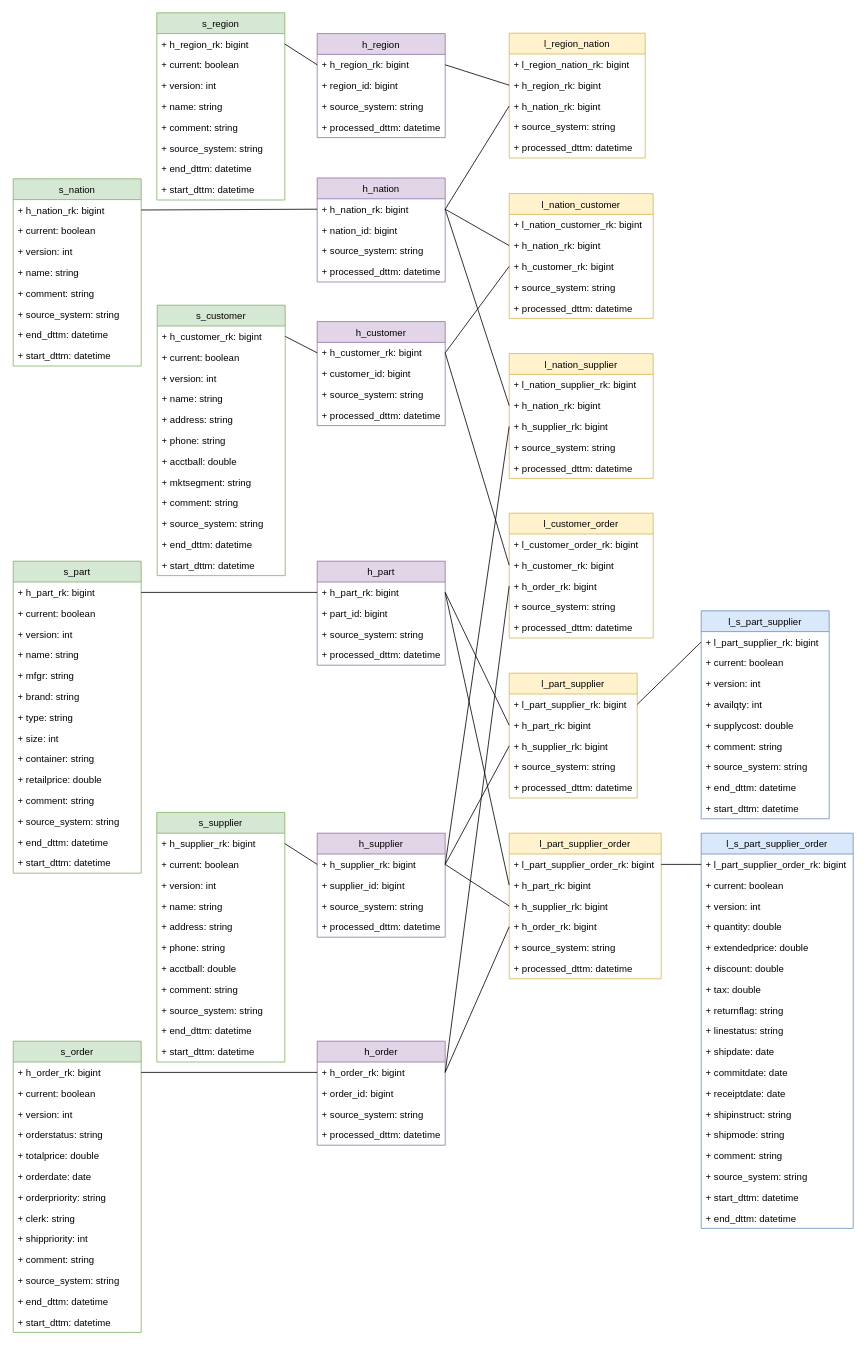
Before: DZ1/DV.drawio in DMfananddu/DWH, a draw.io diagram. Source tidied: cells renumbered, new cells numbered last; positions are measured from the earlier drawing's top-left corner, leaving out a move shared by most shapes. Both pictures are drawn from the tidied source at 80%, with x=0, y=0 at pixel (13, 12).
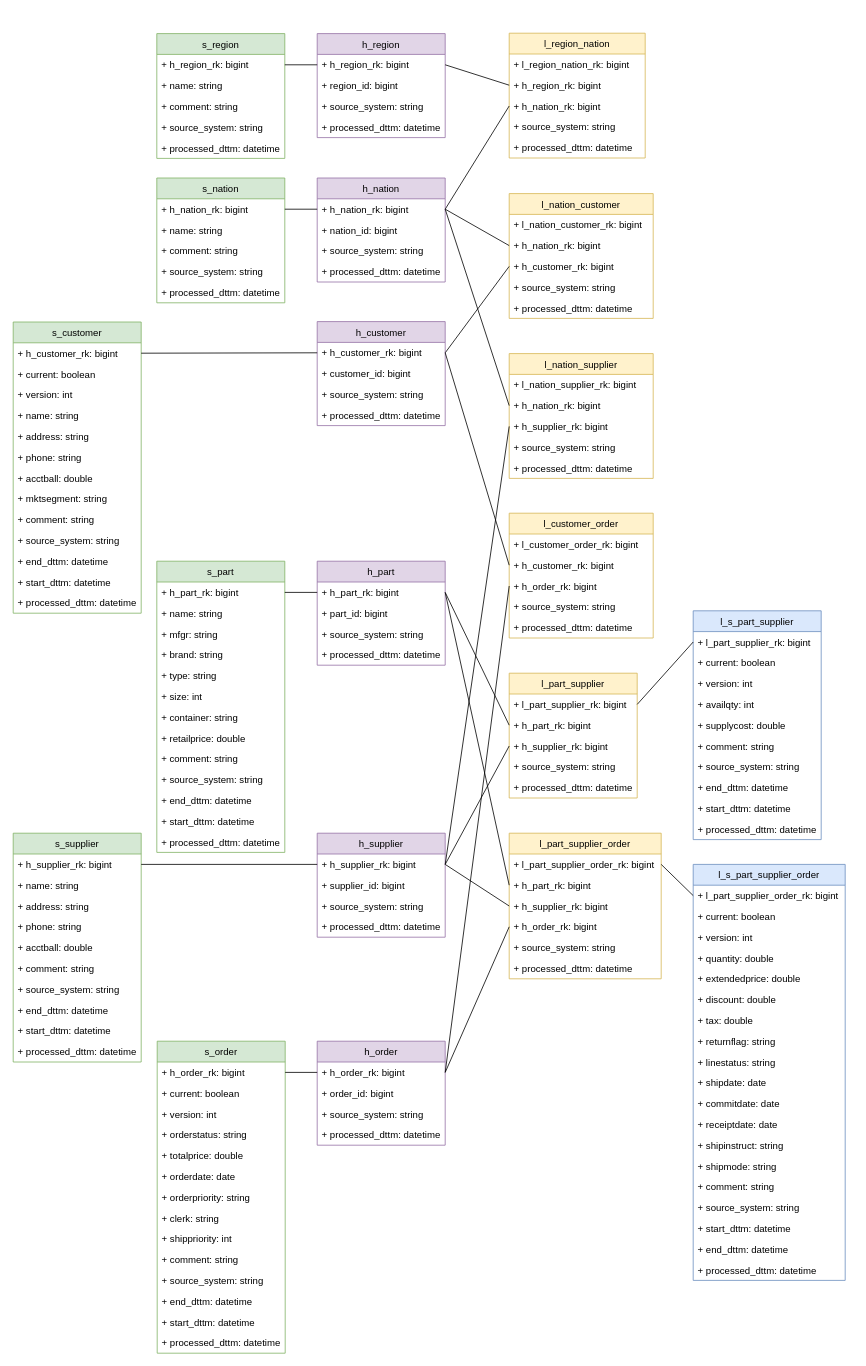
The same page after the edit.

Diff of the diagram source:
```diff
@@
     <mxCell id="7" value="s_region" style="swimlane;fontStyle=0;horizontal=1;startSize=26;fillColor=#d5e8d4;strokeColor=#82b366;" parent="1" vertex="1">
-      <mxGeometry x="179.5" y="0.5" width="160" height="234" as="geometry" />
+      <mxGeometry x="179.5" y="26.5" width="160" height="156" as="geometry" />
     </mxCell>
@@
-    <mxCell id="9" value="+ current: boolean" style="text;strokeColor=none;fillColor=none;align=left;verticalAlign=top;spacingLeft=4;spacingRight=4;overflow=hidden;" parent="7" vertex="1">
-      <mxGeometry y="52" width="160" height="26" as="geometry" />
-    </mxCell>
-    <mxCell id="10" value="+ version: int" style="text;strokeColor=none;fillColor=none;align=left;verticalAlign=top;spacingLeft=4;spacingRight=4;overflow=hidden;" parent="7" vertex="1">
-      <mxGeometry y="78" width="160" height="26" as="geometry" />
-    </mxCell>
     <mxCell id="11" value="+ name: string" style="text;strokeColor=none;fillColor=none;align=left;verticalAlign=top;spacingLeft=4;spacingRight=4;overflow=hidden;" parent="7" vertex="1">
-      <mxGeometry y="104" width="160" height="26" as="geometry" />
+      <mxGeometry y="52" width="160" height="26" as="geometry" />
     </mxCell>
     <mxCell id="12" value="+ comment: string" style="text;strokeColor=none;fillColor=none;align=left;verticalAlign=top;spacingLeft=4;spacingRight=4;overflow=hidden;" parent="7" vertex="1">
-      <mxGeometry y="130" width="160" height="26" as="geometry" />
+      <mxGeometry y="78" width="160" height="26" as="geometry" />
     </mxCell>
     <mxCell id="13" value="+ source_system: string" style="text;strokeColor=none;fillColor=none;align=left;verticalAlign=top;spacingLeft=4;spacingRight=4;overflow=hidden;" parent="7" vertex="1">
-      <mxGeometry y="156" width="160" height="26" as="geometry" />
+      <mxGeometry y="104" width="160" height="26" as="geometry" />
     </mxCell>
-    <mxCell id="14" value="+ end_dttm: datetime" style="text;strokeColor=none;fillColor=none;align=left;verticalAlign=top;spacingLeft=4;spacingRight=4;overflow=hidden;" parent="7" vertex="1">
-      <mxGeometry y="182" width="160" height="26" as="geometry" />
-    </mxCell>
-    <mxCell id="15" value="+ start_dttm: datetime" style="text;strokeColor=none;fillColor=none;align=left;verticalAlign=top;spacingLeft=4;spacingRight=4;overflow=hidden;" parent="7" vertex="1">
-      <mxGeometry y="208" width="160" height="26" as="geometry" />
-    </mxCell>
+    <mxCell id="191" value="+ processed_dttm: datetime" style="text;strokeColor=none;fillColor=none;align=left;verticalAlign=top;spacingLeft=4;spacingRight=4;overflow=hidden;" parent="7" vertex="1">
+      <mxGeometry y="130" width="160" height="26" as="geometry" />
+    </mxCell>
@@
     <mxCell id="92" value="s_nation" style="swimlane;fontStyle=0;horizontal=1;startSize=26;fillColor=#d5e8d4;strokeColor=#82b366;" parent="1" vertex="1">
-      <mxGeometry y="208" width="160" height="234" as="geometry" />
+      <mxGeometry x="179.5" y="207" width="160" height="156" as="geometry" />
     </mxCell>
@@
-    <mxCell id="94" value="+ current: boolean" style="text;strokeColor=none;fillColor=none;align=left;verticalAlign=top;spacingLeft=4;spacingRight=4;overflow=hidden;" parent="92" vertex="1">
-      <mxGeometry y="52" width="160" height="26" as="geometry" />
-    </mxCell>
-    <mxCell id="95" value="+ version: int" style="text;strokeColor=none;fillColor=none;align=left;verticalAlign=top;spacingLeft=4;spacingRight=4;overflow=hidden;" parent="92" vertex="1">
-      <mxGeometry y="78" width="160" height="26" as="geometry" />
-    </mxCell>
     <mxCell id="96" value="+ name: string" style="text;strokeColor=none;fillColor=none;align=left;verticalAlign=top;spacingLeft=4;spacingRight=4;overflow=hidden;" parent="92" vertex="1">
-      <mxGeometry y="104" width="160" height="26" as="geometry" />
+      <mxGeometry y="52" width="160" height="26" as="geometry" />
     </mxCell>
     <mxCell id="97" value="+ comment: string" style="text;strokeColor=none;fillColor=none;align=left;verticalAlign=top;spacingLeft=4;spacingRight=4;overflow=hidden;" parent="92" vertex="1">
-      <mxGeometry y="130" width="160" height="26" as="geometry" />
+      <mxGeometry y="78" width="160" height="26" as="geometry" />
     </mxCell>
     <mxCell id="98" value="+ source_system: string" style="text;strokeColor=none;fillColor=none;align=left;verticalAlign=top;spacingLeft=4;spacingRight=4;overflow=hidden;" parent="92" vertex="1">
-      <mxGeometry y="156" width="160" height="26" as="geometry" />
+      <mxGeometry y="104" width="160" height="26" as="geometry" />
     </mxCell>
-    <mxCell id="99" value="+ end_dttm: datetime" style="text;strokeColor=none;fillColor=none;align=left;verticalAlign=top;spacingLeft=4;spacingRight=4;overflow=hidden;" parent="92" vertex="1">
-      <mxGeometry y="182" width="160" height="26" as="geometry" />
-    </mxCell>
-    <mxCell id="100" value="+ start_dttm: datetime" style="text;strokeColor=none;fillColor=none;align=left;verticalAlign=top;spacingLeft=4;spacingRight=4;overflow=hidden;" parent="92" vertex="1">
-      <mxGeometry y="208" width="160" height="26" as="geometry" />
-    </mxCell>
+    <mxCell id="192" value="+ processed_dttm: datetime" style="text;strokeColor=none;fillColor=none;align=left;verticalAlign=top;spacingLeft=4;spacingRight=4;overflow=hidden;" parent="92" vertex="1">
+      <mxGeometry y="130" width="160" height="26" as="geometry" />
+    </mxCell>
@@
     <mxCell id="102" value="s_customer" style="swimlane;fontStyle=0;horizontal=1;startSize=26;fillColor=#d5e8d4;strokeColor=#82b366;" parent="1" vertex="1">
-      <mxGeometry x="180" y="366" width="160" height="338" as="geometry" />
+      <mxGeometry y="387" width="160" height="364" as="geometry" />
     </mxCell>
@@
+    <mxCell id="193" value="+ processed_dttm: datetime" style="text;strokeColor=none;fillColor=none;align=left;verticalAlign=top;spacingLeft=4;spacingRight=4;overflow=hidden;" parent="102" vertex="1">
+      <mxGeometry y="338" width="160" height="26" as="geometry" />
+    </mxCell>
@@
     <mxCell id="116" value="s_part" style="swimlane;fontStyle=0;horizontal=1;startSize=26;fillColor=#d5e8d4;strokeColor=#82b366;" parent="1" vertex="1">
-      <mxGeometry y="686" width="160" height="390" as="geometry" />
+      <mxGeometry x="179.5" y="686" width="160" height="364" as="geometry" />
     </mxCell>
@@
-    <mxCell id="118" value="+ current: boolean" style="text;strokeColor=none;fillColor=none;align=left;verticalAlign=top;spacingLeft=4;spacingRight=4;overflow=hidden;" parent="116" vertex="1">
-      <mxGeometry y="52" width="160" height="26" as="geometry" />
-    </mxCell>
-    <mxCell id="119" value="+ version: int" style="text;strokeColor=none;fillColor=none;align=left;verticalAlign=top;spacingLeft=4;spacingRight=4;overflow=hidden;" parent="116" vertex="1">
-      <mxGeometry y="78" width="160" height="26" as="geometry" />
-    </mxCell>
     <mxCell id="120" value="+ name: string" style="text;strokeColor=none;fillColor=none;align=left;verticalAlign=top;spacingLeft=4;spacingRight=4;overflow=hidden;" parent="116" vertex="1">
-      <mxGeometry y="104" width="160" height="26" as="geometry" />
+      <mxGeometry y="52" width="160" height="26" as="geometry" />
     </mxCell>
     <mxCell id="121" value="+ mfgr: string" style="text;strokeColor=none;fillColor=none;align=left;verticalAlign=top;spacingLeft=4;spacingRight=4;overflow=hidden;" parent="116" vertex="1">
-      <mxGeometry y="130" width="160" height="26" as="geometry" />
+      <mxGeometry y="78" width="160" height="26" as="geometry" />
     </mxCell>
     <mxCell id="122" value="+ brand: string" style="text;strokeColor=none;fillColor=none;align=left;verticalAlign=top;spacingLeft=4;spacingRight=4;overflow=hidden;" parent="116" vertex="1">
-      <mxGeometry y="156" width="160" height="26" as="geometry" />
+      <mxGeometry y="104" width="160" height="26" as="geometry" />
     </mxCell>
     <mxCell id="123" value="+ type: string" style="text;strokeColor=none;fillColor=none;align=left;verticalAlign=top;spacingLeft=4;spacingRight=4;overflow=hidden;" parent="116" vertex="1">
-      <mxGeometry y="182" width="160" height="26" as="geometry" />
+      <mxGeometry y="130" width="160" height="26" as="geometry" />
     </mxCell>
     <mxCell id="124" value="+ size: int" style="text;strokeColor=none;fillColor=none;align=left;verticalAlign=top;spacingLeft=4;spacingRight=4;overflow=hidden;" parent="116" vertex="1">
-      <mxGeometry y="208" width="160" height="26" as="geometry" />
+      <mxGeometry y="156" width="160" height="26" as="geometry" />
     </mxCell>
     <mxCell id="125" value="+ container: string" style="text;strokeColor=none;fillColor=none;align=left;verticalAlign=top;spacingLeft=4;spacingRight=4;overflow=hidden;" parent="116" vertex="1">
-      <mxGeometry y="234" width="160" height="26" as="geometry" />
+      <mxGeometry y="182" width="160" height="26" as="geometry" />
     </mxCell>
     <mxCell id="126" value="+ retailprice: double" style="text;strokeColor=none;fillColor=none;align=left;verticalAlign=top;spacingLeft=4;spacingRight=4;overflow=hidden;" parent="116" vertex="1">
-      <mxGeometry y="260" width="160" height="26" as="geometry" />
+      <mxGeometry y="208" width="160" height="26" as="geometry" />
     </mxCell>
     <mxCell id="127" value="+ comment: string" style="text;strokeColor=none;fillColor=none;align=left;verticalAlign=top;spacingLeft=4;spacingRight=4;overflow=hidden;" parent="116" vertex="1">
-      <mxGeometry y="286" width="160" height="26" as="geometry" />
+      <mxGeometry y="234" width="160" height="26" as="geometry" />
     </mxCell>
     <mxCell id="128" value="+ source_system: string" style="text;strokeColor=none;fillColor=none;align=left;verticalAlign=top;spacingLeft=4;spacingRight=4;overflow=hidden;" parent="116" vertex="1">
-      <mxGeometry y="312" width="160" height="26" as="geometry" />
+      <mxGeometry y="260" width="160" height="26" as="geometry" />
     </mxCell>
     <mxCell id="129" value="+ end_dttm: datetime" style="text;strokeColor=none;fillColor=none;align=left;verticalAlign=top;spacingLeft=4;spacingRight=4;overflow=hidden;" parent="116" vertex="1">
-      <mxGeometry y="338" width="160" height="26" as="geometry" />
+      <mxGeometry y="286" width="160" height="26" as="geometry" />
     </mxCell>
     <mxCell id="130" value="+ start_dttm: datetime" style="text;strokeColor=none;fillColor=none;align=left;verticalAlign=top;spacingLeft=4;spacingRight=4;overflow=hidden;" parent="116" vertex="1">
-      <mxGeometry y="364" width="160" height="26" as="geometry" />
+      <mxGeometry y="312" width="160" height="26" as="geometry" />
     </mxCell>
+    <mxCell id="194" value="+ processed_dttm: datetime" style="text;strokeColor=none;fillColor=none;align=left;verticalAlign=top;spacingLeft=4;spacingRight=4;overflow=hidden;" parent="116" vertex="1">
+      <mxGeometry y="338" width="160" height="26" as="geometry" />
+    </mxCell>
@@
     <mxCell id="132" value="s_supplier" style="swimlane;fontStyle=0;horizontal=1;startSize=26;fillColor=#d5e8d4;strokeColor=#82b366;" parent="1" vertex="1">
-      <mxGeometry x="179.5" y="1000" width="160" height="312" as="geometry" />
+      <mxGeometry y="1026" width="160" height="286" as="geometry" />
     </mxCell>
@@
-    <mxCell id="134" value="+ current: boolean" style="text;strokeColor=none;fillColor=none;align=left;verticalAlign=top;spacingLeft=4;spacingRight=4;overflow=hidden;" parent="132" vertex="1">
-      <mxGeometry y="52" width="160" height="26" as="geometry" />
-    </mxCell>
-    <mxCell id="135" value="+ version: int" style="text;strokeColor=none;fillColor=none;align=left;verticalAlign=top;spacingLeft=4;spacingRight=4;overflow=hidden;" parent="132" vertex="1">
-      <mxGeometry y="78" width="160" height="26" as="geometry" />
-    </mxCell>
     <mxCell id="136" value="+ name: string" style="text;strokeColor=none;fillColor=none;align=left;verticalAlign=top;spacingLeft=4;spacingRight=4;overflow=hidden;" parent="132" vertex="1">
-      <mxGeometry y="104" width="160" height="26" as="geometry" />
+      <mxGeometry y="52" width="160" height="26" as="geometry" />
     </mxCell>
     <mxCell id="137" value="+ address: string" style="text;strokeColor=none;fillColor=none;align=left;verticalAlign=top;spacingLeft=4;spacingRight=4;overflow=hidden;" parent="132" vertex="1">
-      <mxGeometry y="130" width="160" height="26" as="geometry" />
+      <mxGeometry y="78" width="160" height="26" as="geometry" />
     </mxCell>
     <mxCell id="138" value="+ phone: string" style="text;strokeColor=none;fillColor=none;align=left;verticalAlign=top;spacingLeft=4;spacingRight=4;overflow=hidden;" parent="132" vertex="1">
-      <mxGeometry y="156" width="160" height="26" as="geometry" />
+      <mxGeometry y="104" width="160" height="26" as="geometry" />
     </mxCell>
     <mxCell id="139" value="+ acctball: double" style="text;strokeColor=none;fillColor=none;align=left;verticalAlign=top;spacingLeft=4;spacingRight=4;overflow=hidden;" parent="132" vertex="1">
-      <mxGeometry y="182" width="160" height="26" as="geometry" />
+      <mxGeometry y="130" width="160" height="26" as="geometry" />
     </mxCell>
     <mxCell id="140" value="+ comment: string" style="text;strokeColor=none;fillColor=none;align=left;verticalAlign=top;spacingLeft=4;spacingRight=4;overflow=hidden;" parent="132" vertex="1">
-      <mxGeometry y="208" width="160" height="26" as="geometry" />
+      <mxGeometry y="156" width="160" height="26" as="geometry" />
     </mxCell>
     <mxCell id="141" value="+ source_system: string" style="text;strokeColor=none;fillColor=none;align=left;verticalAlign=top;spacingLeft=4;spacingRight=4;overflow=hidden;" parent="132" vertex="1">
-      <mxGeometry y="234" width="160" height="26" as="geometry" />
+      <mxGeometry y="182" width="160" height="26" as="geometry" />
     </mxCell>
     <mxCell id="142" value="+ end_dttm: datetime" style="text;strokeColor=none;fillColor=none;align=left;verticalAlign=top;spacingLeft=4;spacingRight=4;overflow=hidden;" parent="132" vertex="1">
-      <mxGeometry y="260" width="160" height="26" as="geometry" />
+      <mxGeometry y="208" width="160" height="26" as="geometry" />
     </mxCell>
     <mxCell id="143" value="+ start_dttm: datetime" style="text;strokeColor=none;fillColor=none;align=left;verticalAlign=top;spacingLeft=4;spacingRight=4;overflow=hidden;" parent="132" vertex="1">
-      <mxGeometry y="286" width="160" height="26" as="geometry" />
+      <mxGeometry y="234" width="160" height="26" as="geometry" />
     </mxCell>
+    <mxCell id="195" value="+ processed_dttm: datetime" style="text;strokeColor=none;fillColor=none;align=left;verticalAlign=top;spacingLeft=4;spacingRight=4;overflow=hidden;" parent="132" vertex="1">
+      <mxGeometry y="260" width="160" height="26" as="geometry" />
+    </mxCell>
     <mxCell id="144" value="s_order" style="swimlane;fontStyle=0;horizontal=1;startSize=26;fillColor=#d5e8d4;strokeColor=#82b366;" parent="1" vertex="1">
-      <mxGeometry y="1286" width="160" height="364" as="geometry" />
+      <mxGeometry x="180" y="1286" width="160" height="390" as="geometry" />
     </mxCell>
@@
+    <mxCell id="196" value="+ processed_dttm: datetime" style="text;strokeColor=none;fillColor=none;align=left;verticalAlign=top;spacingLeft=4;spacingRight=4;overflow=hidden;" parent="144" vertex="1">
+      <mxGeometry y="364" width="160" height="26" as="geometry" />
+    </mxCell>
@@
     <mxCell id="160" value="l_s_part_supplier" style="swimlane;fontStyle=0;horizontal=1;startSize=26;fillColor=#dae8fc;strokeColor=#6c8ebf;" parent="1" vertex="1">
-      <mxGeometry x="860" y="748" width="160" height="260" as="geometry" />
+      <mxGeometry x="850" y="748" width="160" height="286" as="geometry" />
     </mxCell>
@@
+    <mxCell id="197" value="+ processed_dttm: datetime" style="text;strokeColor=none;fillColor=none;align=left;verticalAlign=top;spacingLeft=4;spacingRight=4;overflow=hidden;" parent="160" vertex="1">
+      <mxGeometry y="260" width="160" height="26" as="geometry" />
+    </mxCell>
     <mxCell id="170" value="l_s_part_supplier_order" style="swimlane;fontStyle=0;horizontal=1;startSize=26;fillColor=#dae8fc;strokeColor=#6c8ebf;" parent="1" vertex="1">
-      <mxGeometry x="860" y="1026" width="190" height="494" as="geometry" />
+      <mxGeometry x="850" y="1065" width="190" height="520" as="geometry" />
     </mxCell>
@@
+    <mxCell id="198" value="+ processed_dttm: datetime" style="text;strokeColor=none;fillColor=none;align=left;verticalAlign=top;spacingLeft=4;spacingRight=4;overflow=hidden;" parent="170" vertex="1">
+      <mxGeometry y="494" width="190" height="26" as="geometry" />
+    </mxCell>
```
